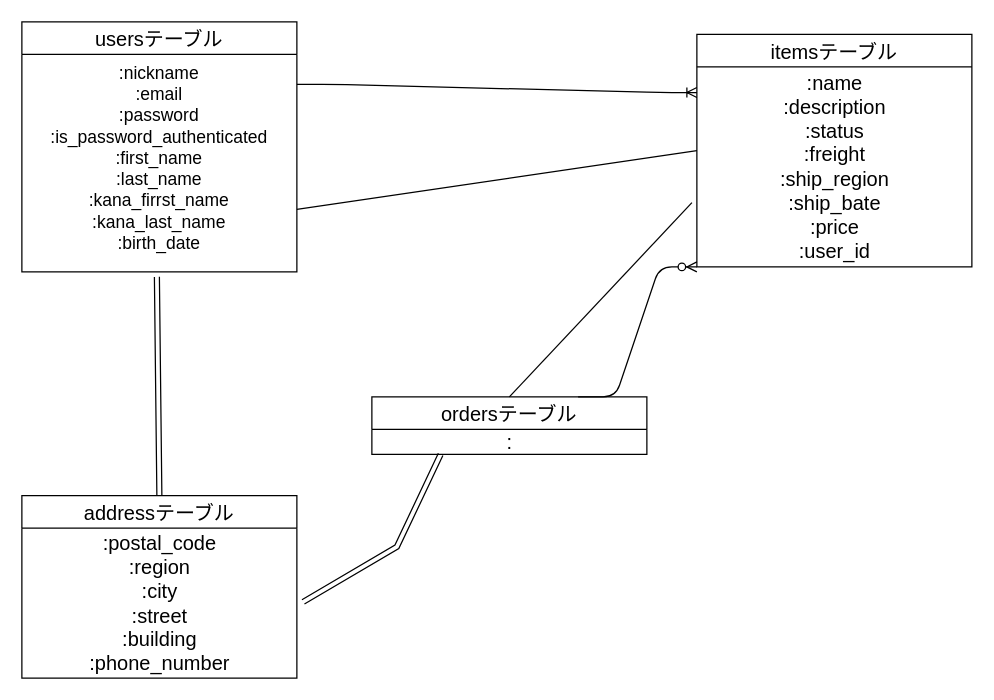
Earlier version of the draw.io diagram table.dio (sayumio/ffurima-292688). Source tidied: cells renumbered, new cells numbered last; positions are measured from the earlier drawing's top-left corner, leaving out a move shared by most shapes. Both pictures are drawn from the tidied source at 125%, with x=0, y=0 at pixel (21, 21).
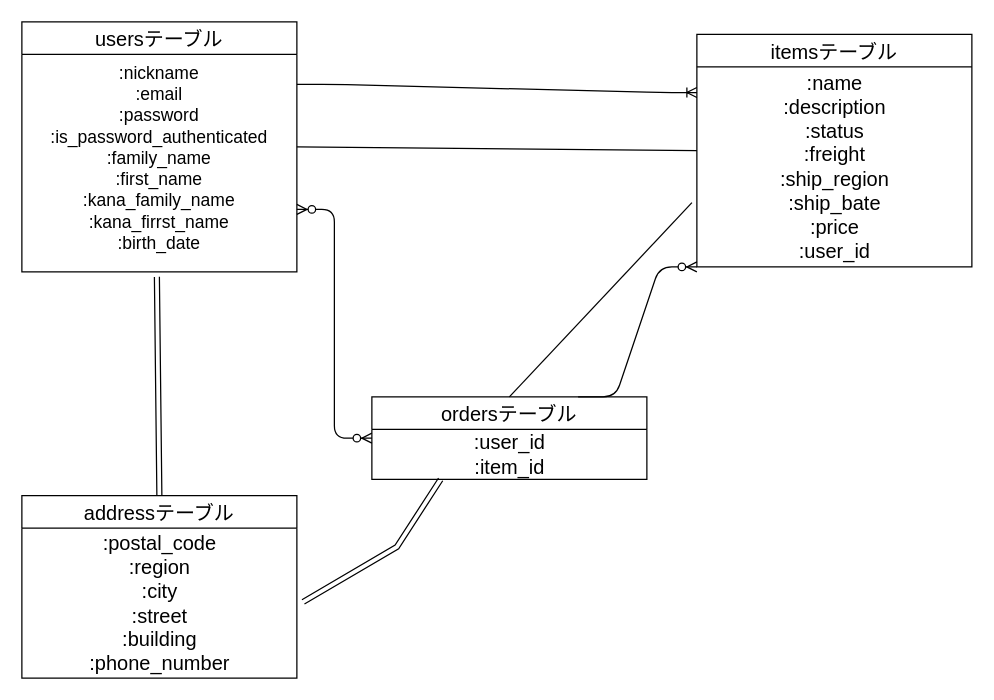
The same page after the edit.

Commit message (it also covers changes not shown here):
encodingの設定を変更

Diff of the diagram source:
```diff
@@
 <mxGraphModel>
   <root>
     <mxCell id="0" />
     <mxCell id="1" parent="0" />
     <mxCell id="2" value="usersテーブル" style="swimlane;fontStyle=0;horizontal=1;startSize=26;fillColor=none;fontSize=16;" parent="1" vertex="1">
       <mxGeometry width="220" height="200" as="geometry" />
     </mxCell>
     <mxCell id="3" style="edgeStyle=entityRelationEdgeStyle;fontSize=12;html=1;endArrow=ERoneToMany;align=center;exitX=1;exitY=0.25;exitDx=0;exitDy=0;entryX=0;entryY=0.25;entryDx=0;entryDy=0;" parent="1" edge="1" source="2" target="8">
       <mxGeometry relative="1" as="geometry" />
     </mxCell>
-    <mxCell id="4" value=":nickname&#10;:email&#10;:password&#10;:is_password_authenticated&#10;:first_name&#10;:last_name&#10;:kana_firrst_name&#10;:kana_last_name&#10;:birth_date" style="text;strokeColor=none;fillColor=none;align=center;verticalAlign=top;spacingLeft=4;spacingRight=4;overflow=hidden;points=[[0,0.5],[1,0.5]];portConstraint=eastwest;fontSize=14;" parent="1" vertex="1">
-      <mxGeometry y="26" width="220" height="174" as="geometry" />
-    </mxCell>
-    <mxCell id="5" style="endArrow=none;html=1;rounded=0;fontSize=16;align=center;entryX=0;entryY=0.5;entryDx=0;entryDy=0;exitX=1;exitY=0.75;exitDx=0;exitDy=0;" parent="1" edge="1" source="2" target="8">
+    <mxCell id="5" style="endArrow=none;html=1;rounded=0;fontSize=16;align=center;entryX=0;entryY=0.5;entryDx=0;entryDy=0;exitX=1;exitY=0.5;exitDx=0;exitDy=0;" parent="1" edge="1" source="2" target="8">
       <mxGeometry relative="1" as="geometry" />
     </mxCell>
     <mxCell id="6" value="addressテーブル" style="swimlane;fontStyle=0;horizontal=1;startSize=26;fillColor=none;fontSize=16;" parent="1" vertex="1">
       <mxGeometry y="379" width="220" height="146" as="geometry" />
     </mxCell>
     <mxCell id="7" value=":postal_code&lt;br&gt;:region&lt;br&gt;:city&lt;br&gt;:street&lt;br&gt;:building&lt;br&gt;:phone_number" style="text;html=1;align=center;verticalAlign=middle;points=[];fontSize=16;" parent="6" vertex="1">
       <mxGeometry y="26" width="220" height="120" as="geometry" />
     </mxCell>
     <mxCell id="8" value="itemsテーブル" style="swimlane;fontStyle=0;horizontal=1;startSize=26;fillColor=none;fontSize=16;" parent="1" vertex="1">
       <mxGeometry x="540" y="10" width="220" height="186" as="geometry" />
     </mxCell>
     <mxCell id="9" value=":name&lt;br&gt;:description&lt;br&gt;:status&lt;br&gt;:freight&lt;br&gt;:ship_region&lt;br&gt;:ship_bate&lt;br&gt;:price&lt;br&gt;:user_id" style="text;html=1;align=center;verticalAlign=middle;points=[];fontSize=16;" parent="8" vertex="1">
       <mxGeometry y="26" width="220" height="160" as="geometry" />
     </mxCell>
-    <mxCell id="10" style="shape=link;html=1;rounded=0;fontSize=16;align=center;exitX=0.491;exitY=1.023;exitDx=0;exitDy=0;exitPerimeter=0;entryX=0.5;entryY=0;entryDx=0;entryDy=0;" parent="1" edge="1" source="4" target="6">
-      <mxGeometry relative="1" as="geometry" />
-    </mxCell>
     <mxCell id="11" value="ordersテーブル" style="swimlane;fontStyle=0;horizontal=1;startSize=26;fillColor=none;fontSize=16;" parent="1" vertex="1">
-      <mxGeometry x="280" y="300" width="220" height="46" as="geometry" />
+      <mxGeometry x="280" y="300" width="220" height="66" as="geometry" />
     </mxCell>
-    <mxCell id="12" value=":" style="text;html=1;align=center;verticalAlign=middle;fontSize=16;" parent="11" vertex="1">
-      <mxGeometry y="26" width="220" height="20" as="geometry" />
+    <mxCell id="12" value=":user_id&lt;br&gt;:item_id&lt;br&gt;" style="text;html=1;align=center;verticalAlign=middle;fontSize=16;" parent="11" vertex="1">
+      <mxGeometry y="26" width="220" height="40" as="geometry" />
     </mxCell>
     <mxCell id="13" style="edgeStyle=entityRelationEdgeStyle;fontSize=12;html=1;endArrow=ERzeroToMany;endFill=1;align=center;exitX=0.75;exitY=0;exitDx=0;exitDy=0;entryX=0;entryY=1;entryDx=0;entryDy=0;" parent="1" edge="1" source="11" target="8">
       <mxGeometry relative="1" as="geometry" />
     </mxCell>
     <mxCell id="14" style="endArrow=none;html=1;rounded=0;fontSize=16;align=center;entryX=-0.018;entryY=0.679;entryDx=0;entryDy=0;entryPerimeter=0;exitX=0.5;exitY=0;exitDx=0;exitDy=0;" parent="1" edge="1" source="11" target="9">
       <mxGeometry relative="1" as="geometry" />
     </mxCell>
     <mxCell id="15" style="shape=link;html=1;rounded=0;fontSize=16;align=center;exitX=1.023;exitY=0.492;exitDx=0;exitDy=0;exitPerimeter=0;entryX=0.25;entryY=1;entryDx=0;entryDy=0;" parent="1" edge="1" source="7" target="11">
       <mxGeometry relative="1" as="geometry">
         <Array as="points">
           <mxPoint x="300" y="420" />
         </Array>
       </mxGeometry>
     </mxCell>
+    <mxCell id="16" style="edgeStyle=entityRelationEdgeStyle;fontSize=12;html=1;endArrow=ERzeroToMany;endFill=1;startArrow=ERzeroToMany;align=center;exitX=1;exitY=0.75;exitDx=0;exitDy=0;entryX=0;entryY=0.5;entryDx=0;entryDy=0;" parent="1" edge="1" source="2" target="11">
+      <mxGeometry relative="1" as="geometry" />
+    </mxCell>
+    <mxCell id="4" value=":nickname&#10;:email&#10;:password&#10;:is_password_authenticated&#10;:family_name&#10;:first_name&#10;:kana_family_name&#10;:kana_firrst_name&#10;:birth_date" style="text;strokeColor=none;fillColor=none;align=center;verticalAlign=top;spacingLeft=4;spacingRight=4;overflow=hidden;points=[[0,0.5],[1,0.5]];portConstraint=eastwest;fontSize=14;" parent="1" vertex="1">
+      <mxGeometry y="26" width="220" height="174" as="geometry" />
+    </mxCell>
+    <mxCell id="10" style="shape=link;html=1;rounded=0;fontSize=16;align=center;exitX=0.491;exitY=1.023;exitDx=0;exitDy=0;exitPerimeter=0;entryX=0.5;entryY=0;entryDx=0;entryDy=0;" parent="1" edge="1" source="4" target="6">
+      <mxGeometry relative="1" as="geometry" />
+    </mxCell>
   </root>
 </mxGraphModel>
```
